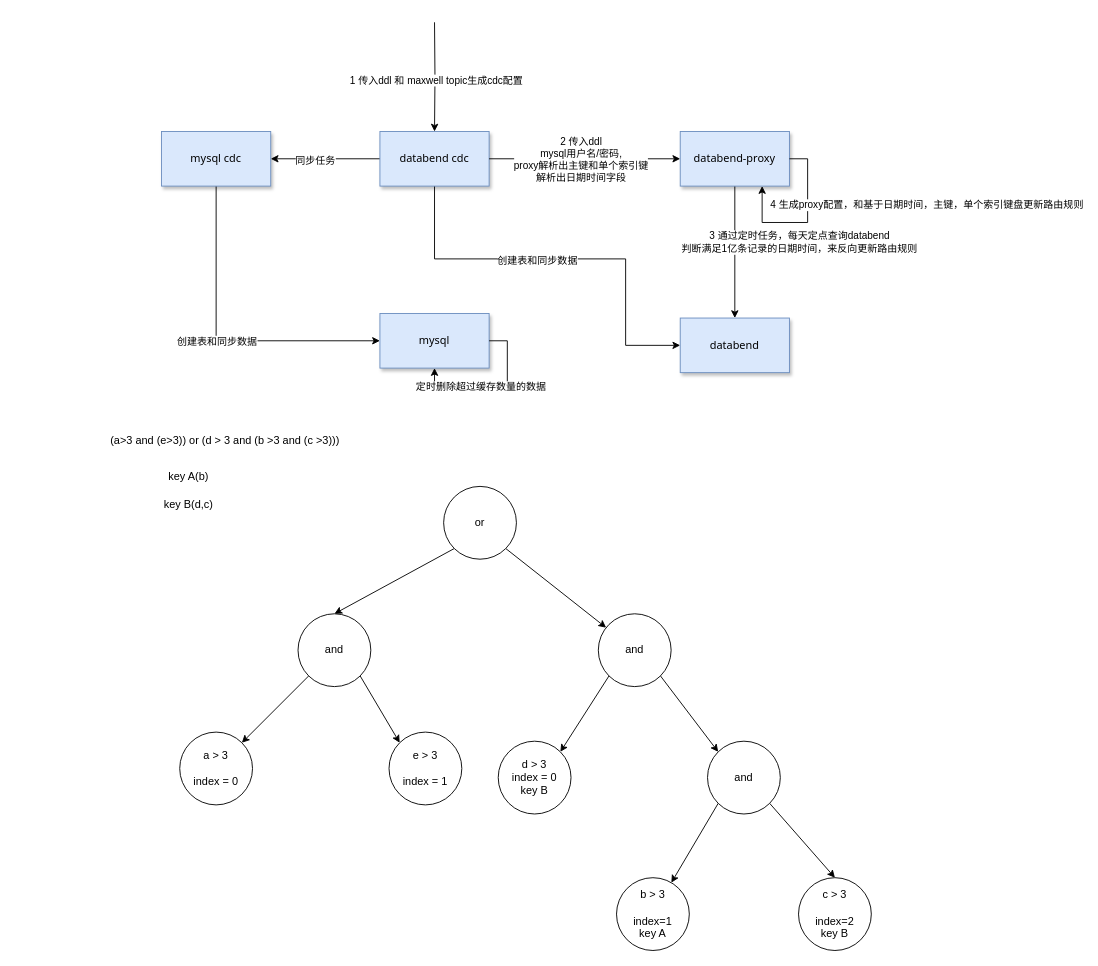
This is doc/databend-mysql缓存实现设计.drawio from jackjoesh/databend, a draw.io file, before an edit. Source tidied: cells renumbered, new cells numbered last; positions are measured from the earlier drawing's top-left corner, leaving out a move shared by most shapes. Both pictures are drawn from the tidied source at 91%, with x=0, y=0 at pixel (15, 22).
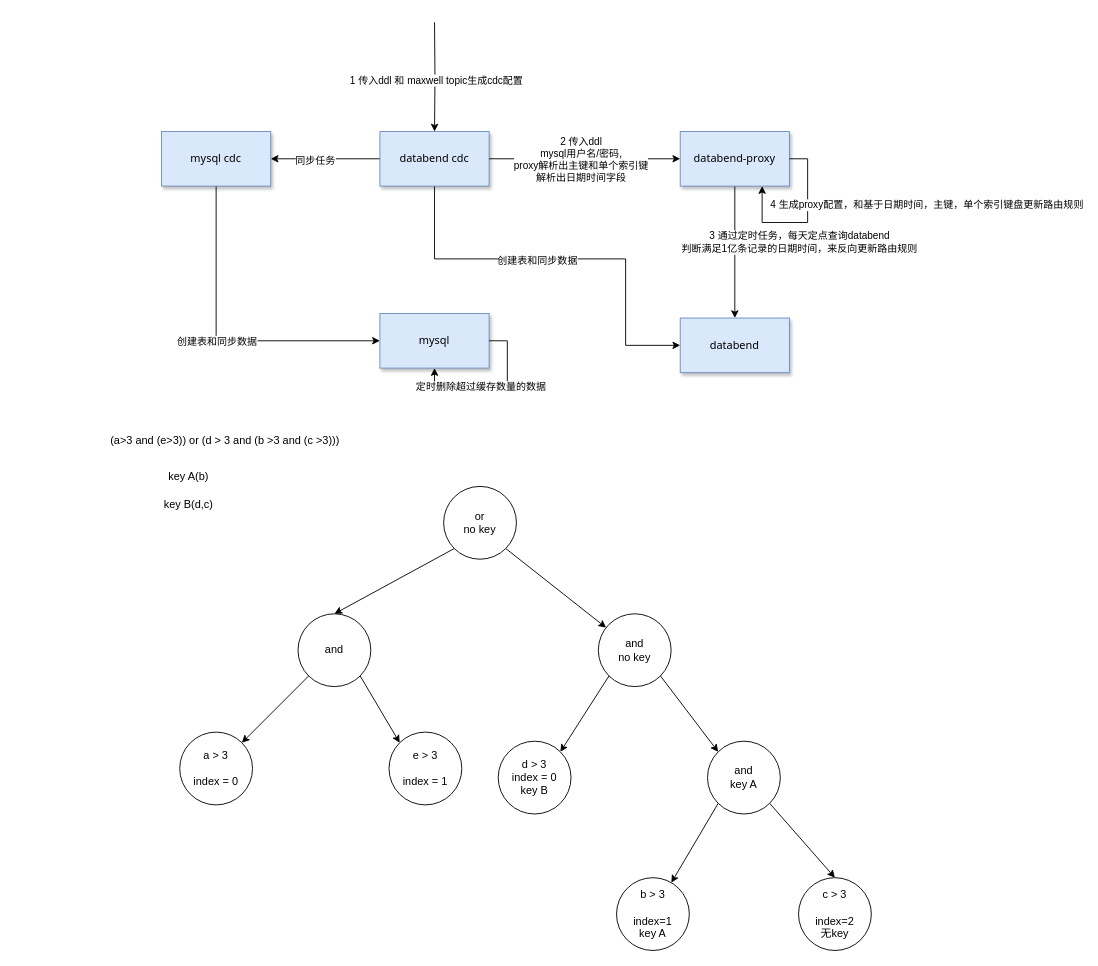
The same diagram, later.

Commit message:
更新databend-mysql缓存实现设计.drawio

The edit, as a diff of the source:
```diff
@@
-    <mxCell id="25" value="or" style="ellipse;whiteSpace=wrap;html=1;" parent="1" vertex="1">
+    <mxCell id="25" value="or&lt;div&gt;no key&lt;/div&gt;" style="ellipse;whiteSpace=wrap;html=1;" parent="1" vertex="1">
       <mxGeometry x="470" y="510" width="80" height="80" as="geometry" />
     </mxCell>
@@
-    <mxCell id="32" value="and" style="ellipse;whiteSpace=wrap;html=1;" parent="1" vertex="1">
+    <mxCell id="32" value="and&lt;div&gt;no key&lt;/div&gt;" style="ellipse;whiteSpace=wrap;html=1;" parent="1" vertex="1">
       <mxGeometry x="640" y="650" width="80" height="80" as="geometry" />
     </mxCell>
@@
-    <mxCell id="36" value="and" style="ellipse;whiteSpace=wrap;html=1;" parent="1" vertex="1">
+    <mxCell id="36" value="and&lt;br&gt;key A" style="ellipse;whiteSpace=wrap;html=1;" parent="1" vertex="1">
       <mxGeometry x="760" y="790" width="80" height="80" as="geometry" />
     </mxCell>
@@
-    <mxCell id="38" value="c &amp;gt; 3&lt;br&gt;&lt;br&gt;index=2&lt;br&gt;key B" style="ellipse;whiteSpace=wrap;html=1;" parent="1" vertex="1">
+    <mxCell id="38" value="c &amp;gt; 3&lt;br&gt;&lt;br&gt;index=2&lt;br&gt;无key" style="ellipse;whiteSpace=wrap;html=1;" parent="1" vertex="1">
       <mxGeometry x="860" y="940" width="80" height="80" as="geometry" />
     </mxCell>
```
